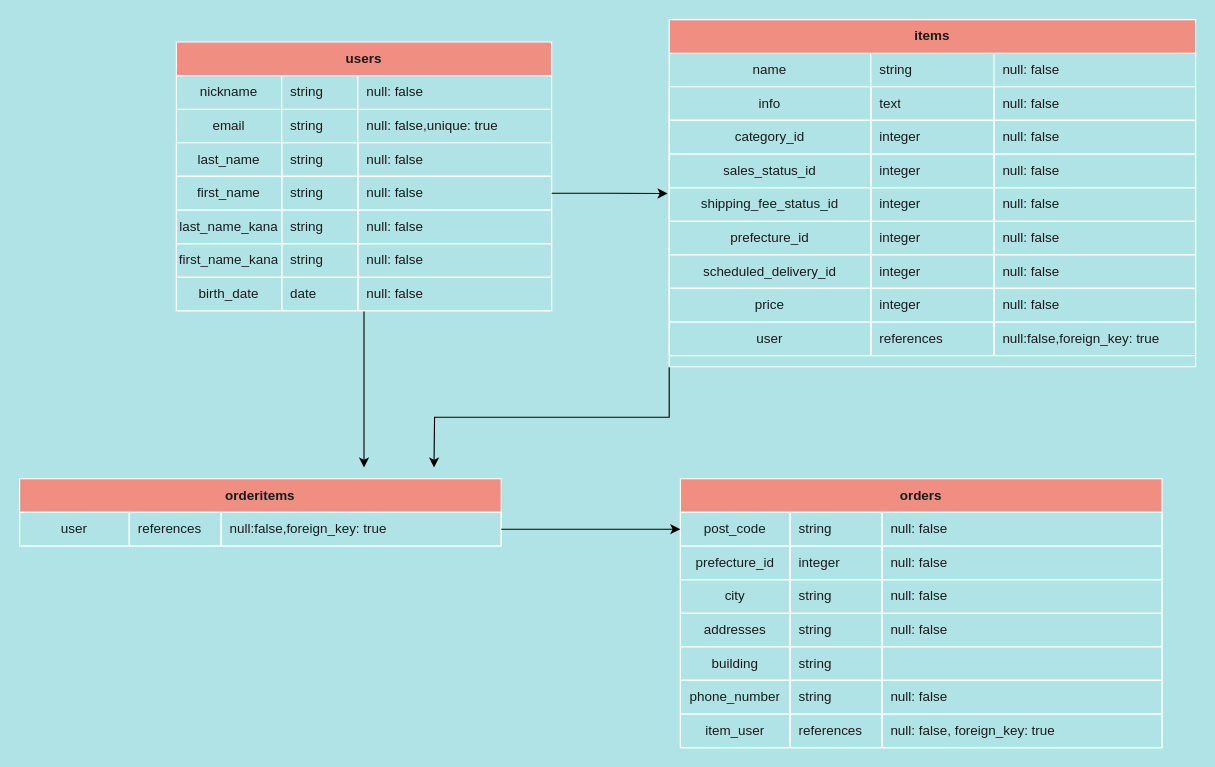
The draw.io diagram er.dio in programmingnuoh/furima-33367, before the edit. Source tidied: cells renumbered, new cells numbered last; positions are measured from the earlier drawing's top-left corner, leaving out a move shared by most shapes. Both pictures are drawn from the tidied source at 112%, with x=0, y=0 at pixel (19, 19).
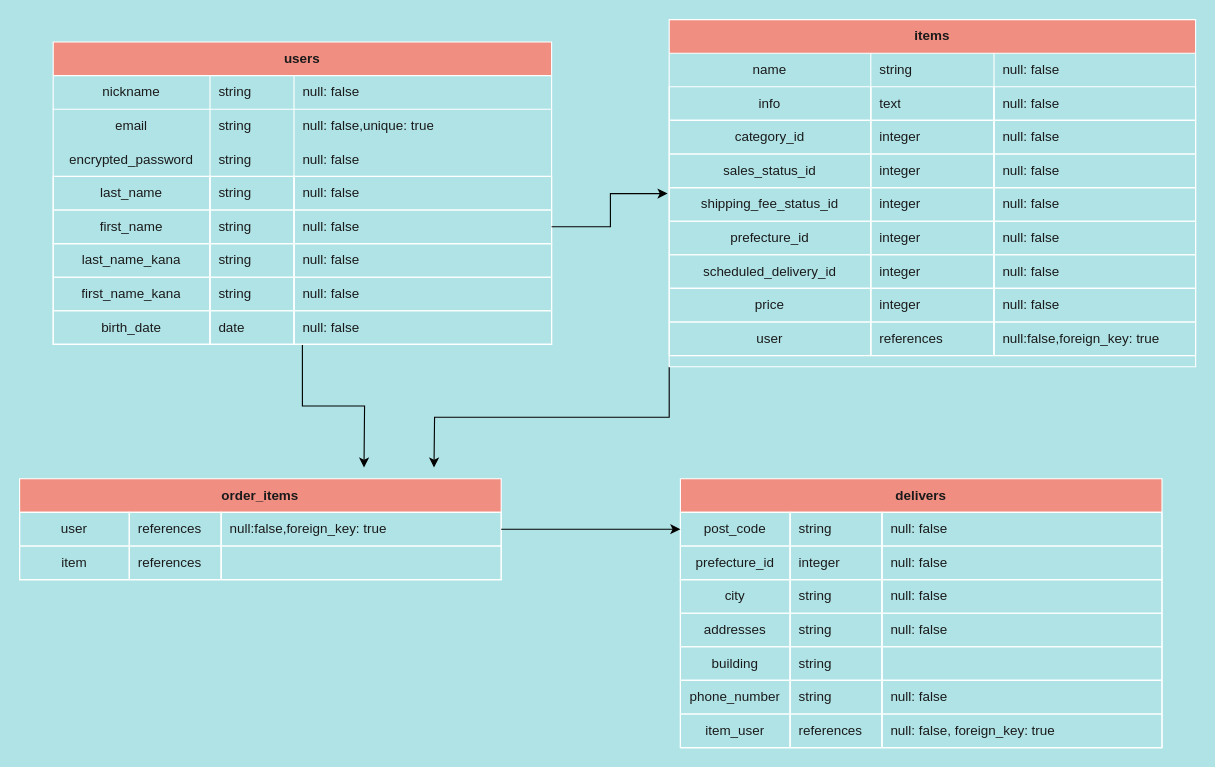
After the change.

Change to the diagram source:
```diff
@@
     <mxCell id="3" value="users" style="shape=table;html=1;whiteSpace=wrap;startSize=30;childLayout=tableLayout;rowLines=0;fontStyle=1;align=center;fillColor=#F08E81;strokeColor=#FFFFFF;fontColor=#1A1A1A;" parent="1" vertex="1">
-      <mxGeometry x="140" y="20" width="335" height="240" as="geometry" />
+      <mxGeometry x="30" y="20" width="445" height="270" as="geometry" />
     </mxCell>
     <mxCell id="4" style="shape=partialRectangle;html=1;whiteSpace=wrap;fillColor=none;top=0;left=0;bottom=1;right=0;strokeColor=#FFFFFF;fontColor=#1A1A1A;" parent="3" vertex="1">
-      <mxGeometry y="30" width="335" height="30" as="geometry" />
+      <mxGeometry y="30" width="445" height="30" as="geometry" />
     </mxCell>
     <mxCell id="5" value="nickname" style="shape=partialRectangle;html=1;whiteSpace=wrap;fillColor=none;top=0;left=0;bottom=0;right=0;overflow=hidden;strokeColor=#FFFFFF;fontColor=#1A1A1A;" parent="4" vertex="1">
-      <mxGeometry width="94" height="30" as="geometry" />
+      <mxGeometry width="140" height="30" as="geometry" />
     </mxCell>
     <mxCell id="6" value="string" style="shape=partialRectangle;html=1;whiteSpace=wrap;fillColor=none;top=0;left=0;bottom=0;right=0;align=left;spacingLeft=6;overflow=hidden;strokeColor=#FFFFFF;fontColor=#1A1A1A;" parent="4" vertex="1">
-      <mxGeometry x="94" width="68" height="30" as="geometry" />
+      <mxGeometry x="140" width="75" height="30" as="geometry" />
     </mxCell>
     <mxCell id="7" value="&lt;span&gt;null: false&lt;/span&gt;" style="shape=partialRectangle;html=1;whiteSpace=wrap;fillColor=none;top=0;left=0;bottom=0;right=0;align=left;spacingLeft=6;overflow=hidden;strokeColor=#FFFFFF;fontColor=#1A1A1A;" parent="4" vertex="1">
-      <mxGeometry x="162" width="173" height="30" as="geometry" />
+      <mxGeometry x="215" width="230" height="30" as="geometry" />
     </mxCell>
     <mxCell id="8" style="shape=partialRectangle;html=1;whiteSpace=wrap;fillColor=none;top=0;left=0;bottom=0;right=0;strokeColor=#FFFFFF;fontColor=#1A1A1A;" parent="3" vertex="1">
-      <mxGeometry y="60" width="335" height="30" as="geometry" />
+      <mxGeometry y="60" width="445" height="30" as="geometry" />
     </mxCell>
     <mxCell id="9" value="email" style="shape=partialRectangle;html=1;whiteSpace=wrap;fillColor=none;top=0;left=0;bottom=0;right=0;overflow=hidden;strokeColor=#FFFFFF;fontColor=#1A1A1A;" parent="8" vertex="1">
-      <mxGeometry width="94" height="30" as="geometry" />
+      <mxGeometry width="140" height="30" as="geometry" />
     </mxCell>
     <mxCell id="10" value="string" style="shape=partialRectangle;html=1;whiteSpace=wrap;fillColor=none;top=0;left=0;bottom=0;right=0;align=left;spacingLeft=6;overflow=hidden;strokeColor=#FFFFFF;fontColor=#1A1A1A;" parent="8" vertex="1">
-      <mxGeometry x="94" width="68" height="30" as="geometry" />
+      <mxGeometry x="140" width="75" height="30" as="geometry" />
     </mxCell>
     <mxCell id="11" value="&lt;span&gt;null: false,unique: true&lt;/span&gt;" style="shape=partialRectangle;html=1;whiteSpace=wrap;fillColor=none;top=0;left=0;bottom=0;right=0;align=left;spacingLeft=6;overflow=hidden;strokeColor=#FFFFFF;fontColor=#1A1A1A;" parent="8" vertex="1">
-      <mxGeometry x="162" width="173" height="30" as="geometry" />
+      <mxGeometry x="215" width="230" height="30" as="geometry" />
     </mxCell>
+    <mxCell id="106" style="shape=partialRectangle;html=1;whiteSpace=wrap;fillColor=none;top=0;left=0;bottom=0;right=0;strokeColor=#FFFFFF;fontColor=#1A1A1A;" parent="3" vertex="1">
+      <mxGeometry y="90" width="445" height="30" as="geometry" />
+    </mxCell>
+    <mxCell id="107" value="encrypted_password" style="shape=partialRectangle;html=1;whiteSpace=wrap;fillColor=none;top=0;left=0;bottom=0;right=0;overflow=hidden;strokeColor=#FFFFFF;fontColor=#1A1A1A;" parent="106" vertex="1">
+      <mxGeometry width="140" height="30" as="geometry" />
+    </mxCell>
+    <mxCell id="108" value="string" style="shape=partialRectangle;html=1;whiteSpace=wrap;fillColor=none;top=0;left=0;bottom=0;right=0;align=left;spacingLeft=6;overflow=hidden;strokeColor=#FFFFFF;fontColor=#1A1A1A;" parent="106" vertex="1">
+      <mxGeometry x="140" width="75" height="30" as="geometry" />
+    </mxCell>
+    <mxCell id="109" value="null: false" style="shape=partialRectangle;html=1;whiteSpace=wrap;fillColor=none;top=0;left=0;bottom=0;right=0;align=left;spacingLeft=6;overflow=hidden;strokeColor=#FFFFFF;fontColor=#1A1A1A;" parent="106" vertex="1">
+      <mxGeometry x="215" width="230" height="30" as="geometry" />
+    </mxCell>
     <mxCell id="12" style="shape=partialRectangle;html=1;whiteSpace=wrap;fillColor=none;top=0;left=0;bottom=0;right=0;strokeColor=#FFFFFF;fontColor=#1A1A1A;" parent="3" vertex="1">
-      <mxGeometry y="90" width="335" height="30" as="geometry" />
+      <mxGeometry y="120" width="445" height="30" as="geometry" />
     </mxCell>
     <mxCell id="13" value="last_name" style="shape=partialRectangle;html=1;whiteSpace=wrap;fillColor=none;top=1;left=1;bottom=1;right=1;overflow=hidden;sketch=0;shadow=0;strokeColor=#FFFFFF;fontColor=#1A1A1A;" parent="12" vertex="1">
-      <mxGeometry width="94" height="30" as="geometry" />
+      <mxGeometry width="140" height="30" as="geometry" />
     </mxCell>
     <mxCell id="14" value="&lt;span&gt;string&lt;/span&gt;" style="shape=partialRectangle;html=1;whiteSpace=wrap;fillColor=none;top=1;left=1;bottom=1;right=1;align=left;spacingLeft=6;overflow=hidden;strokeColor=#FFFFFF;fontColor=#1A1A1A;" parent="12" vertex="1">
-      <mxGeometry x="94" width="68" height="30" as="geometry" />
+      <mxGeometry x="140" width="75" height="30" as="geometry" />
     </mxCell>
     <mxCell id="15" value="&lt;span&gt;null: false&lt;/span&gt;" style="shape=partialRectangle;html=1;whiteSpace=wrap;fillColor=none;top=1;left=1;bottom=1;right=1;align=left;spacingLeft=6;overflow=hidden;strokeColor=#FFFFFF;fontColor=#1A1A1A;" parent="12" vertex="1">
-      <mxGeometry x="162" width="173" height="30" as="geometry" />
+      <mxGeometry x="215" width="230" height="30" as="geometry" />
     </mxCell>
     <mxCell id="16" style="shape=partialRectangle;html=1;whiteSpace=wrap;fillColor=none;top=0;left=0;bottom=0;right=0;points=[[0,0.5],[1,0.5]];portConstraint=eastwest;strokeColor=#FFFFFF;fontColor=#1A1A1A;" parent="3" vertex="1">
-      <mxGeometry y="120" width="335" height="30" as="geometry" />
+      <mxGeometry y="150" width="445" height="30" as="geometry" />
     </mxCell>
     <mxCell id="17" value="first_name" style="shape=partialRectangle;html=1;whiteSpace=wrap;fillColor=none;top=1;left=1;bottom=1;right=1;overflow=hidden;sketch=0;shadow=0;strokeColor=#FFFFFF;fontColor=#1A1A1A;" parent="16" vertex="1">
-      <mxGeometry width="94" height="30" as="geometry" />
+      <mxGeometry width="140" height="30" as="geometry" />
     </mxCell>
     <mxCell id="18" value="&lt;font face=&quot;helvetica&quot;&gt;string&lt;/font&gt;" style="shape=partialRectangle;html=1;whiteSpace=wrap;fillColor=none;top=1;left=1;bottom=1;right=1;align=left;spacingLeft=6;overflow=hidden;strokeColor=#FFFFFF;fontColor=#1A1A1A;" parent="16" vertex="1">
-      <mxGeometry x="94" width="68" height="30" as="geometry" />
+      <mxGeometry x="140" width="75" height="30" as="geometry" />
     </mxCell>
     <mxCell id="19" value="&lt;span&gt;null: false&lt;/span&gt;" style="shape=partialRectangle;html=1;whiteSpace=wrap;fillColor=none;top=1;left=1;bottom=1;right=1;align=left;spacingLeft=6;overflow=hidden;strokeColor=#FFFFFF;fontColor=#1A1A1A;" parent="16" vertex="1">
-      <mxGeometry x="162" width="173" height="30" as="geometry" />
+      <mxGeometry x="215" width="230" height="30" as="geometry" />
     </mxCell>
     <mxCell id="20" style="shape=partialRectangle;html=1;whiteSpace=wrap;fillColor=none;top=0;left=0;bottom=0;right=0;strokeColor=#FFFFFF;fontColor=#1A1A1A;" parent="3" vertex="1">
-      <mxGeometry y="150" width="335" height="30" as="geometry" />
+      <mxGeometry y="180" width="445" height="30" as="geometry" />
     </mxCell>
     <mxCell id="21" value="last_name_kana" style="shape=partialRectangle;html=1;whiteSpace=wrap;fillColor=none;top=1;left=1;bottom=1;right=1;overflow=hidden;sketch=0;shadow=0;strokeColor=#FFFFFF;fontColor=#1A1A1A;" parent="20" vertex="1">
-      <mxGeometry width="94" height="30" as="geometry" />
+      <mxGeometry width="140" height="30" as="geometry" />
     </mxCell>
     <mxCell id="22" value="&lt;span&gt;string&lt;/span&gt;" style="shape=partialRectangle;html=1;whiteSpace=wrap;fillColor=none;top=1;left=1;bottom=1;right=1;align=left;spacingLeft=6;overflow=hidden;strokeColor=#FFFFFF;fontColor=#1A1A1A;" parent="20" vertex="1">
-      <mxGeometry x="94" width="68" height="30" as="geometry" />
+      <mxGeometry x="140" width="75" height="30" as="geometry" />
     </mxCell>
     <mxCell id="23" value="&lt;span&gt;null: false&lt;/span&gt;" style="shape=partialRectangle;html=1;whiteSpace=wrap;fillColor=none;top=1;left=1;bottom=1;right=1;align=left;spacingLeft=6;overflow=hidden;strokeColor=#FFFFFF;fontColor=#1A1A1A;" parent="20" vertex="1">
-      <mxGeometry x="162" width="173" height="30" as="geometry" />
+      <mxGeometry x="215" width="230" height="30" as="geometry" />
     </mxCell>
     <mxCell id="24" style="shape=partialRectangle;html=1;whiteSpace=wrap;fillColor=none;top=0;left=0;bottom=0;right=0;strokeColor=#FFFFFF;fontColor=#1A1A1A;" parent="3" vertex="1">
-      <mxGeometry y="180" width="335" height="30" as="geometry" />
+      <mxGeometry y="210" width="445" height="30" as="geometry" />
     </mxCell>
     <mxCell id="25" value="first_name_kana" style="shape=partialRectangle;html=1;whiteSpace=wrap;fillColor=none;top=1;left=1;bottom=1;right=1;overflow=hidden;sketch=0;shadow=0;strokeColor=#FFFFFF;fontColor=#1A1A1A;" parent="24" vertex="1">
-      <mxGeometry width="94" height="30" as="geometry" />
+      <mxGeometry width="140" height="30" as="geometry" />
     </mxCell>
     <mxCell id="26" value="&lt;span&gt;string&lt;/span&gt;" style="shape=partialRectangle;html=1;whiteSpace=wrap;fillColor=none;top=1;left=1;bottom=1;right=1;align=left;spacingLeft=6;overflow=hidden;strokeColor=#FFFFFF;fontColor=#1A1A1A;" parent="24" vertex="1">
-      <mxGeometry x="94" width="68" height="30" as="geometry" />
+      <mxGeometry x="140" width="75" height="30" as="geometry" />
     </mxCell>
     <mxCell id="27" value="&lt;span&gt;null: false&lt;/span&gt;" style="shape=partialRectangle;html=1;whiteSpace=wrap;fillColor=none;top=1;left=1;bottom=1;right=1;align=left;spacingLeft=6;overflow=hidden;strokeColor=#FFFFFF;fontColor=#1A1A1A;" parent="24" vertex="1">
-      <mxGeometry x="162" width="173" height="30" as="geometry" />
+      <mxGeometry x="215" width="230" height="30" as="geometry" />
     </mxCell>
     <mxCell id="28" style="shape=partialRectangle;html=1;whiteSpace=wrap;fillColor=none;top=0;left=0;bottom=0;right=0;strokeColor=#FFFFFF;fontColor=#1A1A1A;" parent="3" vertex="1">
-      <mxGeometry y="210" width="335" height="30" as="geometry" />
+      <mxGeometry y="240" width="445" height="30" as="geometry" />
     </mxCell>
     <mxCell id="29" value="birth_date" style="shape=partialRectangle;html=1;whiteSpace=wrap;fillColor=none;top=1;left=1;bottom=1;right=1;overflow=hidden;sketch=0;shadow=0;strokeColor=#FFFFFF;fontColor=#1A1A1A;" parent="28" vertex="1">
-      <mxGeometry width="94" height="30" as="geometry" />
+      <mxGeometry width="140" height="30" as="geometry" />
     </mxCell>
     <mxCell id="30" value="&lt;span&gt;date&lt;/span&gt;" style="shape=partialRectangle;html=1;whiteSpace=wrap;fillColor=none;top=1;left=1;bottom=1;right=1;align=left;spacingLeft=6;overflow=hidden;strokeColor=#FFFFFF;fontColor=#1A1A1A;" parent="28" vertex="1">
-      <mxGeometry x="94" width="68" height="30" as="geometry" />
+      <mxGeometry x="140" width="75" height="30" as="geometry" />
     </mxCell>
     <mxCell id="31" value="&lt;span&gt;null: false&lt;/span&gt;" style="shape=partialRectangle;html=1;whiteSpace=wrap;fillColor=none;top=1;left=1;bottom=1;right=1;align=left;spacingLeft=6;overflow=hidden;strokeColor=#FFFFFF;fontColor=#1A1A1A;" parent="28" vertex="1">
-      <mxGeometry x="162" width="173" height="30" as="geometry" />
+      <mxGeometry x="215" width="230" height="30" as="geometry" />
     </mxCell>
@@
-    <mxCell id="70" value="orderitems" style="shape=table;html=1;whiteSpace=wrap;startSize=30;childLayout=tableLayout;rowLines=0;fontStyle=1;align=center;fillColor=#F08E81;strokeColor=#FFFFFF;fontColor=#1A1A1A;" parent="1" vertex="1">
-      <mxGeometry y="410" width="430" height="60" as="geometry" />
+    <mxCell id="70" value="order_items" style="shape=table;html=1;whiteSpace=wrap;startSize=30;childLayout=tableLayout;rowLines=0;fontStyle=1;align=center;fillColor=#F08E81;strokeColor=#FFFFFF;fontColor=#1A1A1A;" parent="1" vertex="1">
+      <mxGeometry y="410" width="430" height="90" as="geometry" />
     </mxCell>
@@
+    <mxCell id="110" style="shape=partialRectangle;html=1;whiteSpace=wrap;fillColor=none;top=0;left=0;bottom=0;right=0;strokeColor=#FFFFFF;fontColor=#1A1A1A;" parent="70" vertex="1">
+      <mxGeometry y="60" width="430" height="30" as="geometry" />
+    </mxCell>
+    <mxCell id="111" value="item" style="shape=partialRectangle;html=1;whiteSpace=wrap;fillColor=none;top=1;left=1;bottom=1;right=1;overflow=hidden;sketch=0;shadow=0;strokeColor=#FFFFFF;fontColor=#1A1A1A;" parent="110" vertex="1">
+      <mxGeometry width="98" height="30" as="geometry" />
+    </mxCell>
+    <mxCell id="112" value="references" style="shape=partialRectangle;html=1;whiteSpace=wrap;fillColor=none;top=1;left=1;bottom=1;right=1;align=left;spacingLeft=6;overflow=hidden;strokeColor=#FFFFFF;fontColor=#1A1A1A;" parent="110" vertex="1">
+      <mxGeometry x="98" width="82" height="30" as="geometry" />
+    </mxCell>
+    <mxCell id="113" style="shape=partialRectangle;html=1;whiteSpace=wrap;fillColor=none;top=1;left=1;bottom=1;right=1;align=left;spacingLeft=6;overflow=hidden;strokeColor=#FFFFFF;fontColor=#1A1A1A;" parent="110" vertex="1">
+      <mxGeometry x="180" width="250" height="30" as="geometry" />
+    </mxCell>
-    <mxCell id="75" value="orders" style="shape=table;html=1;whiteSpace=wrap;startSize=30;childLayout=tableLayout;rowLines=0;fontStyle=1;align=center;fillColor=#F08E81;strokeColor=#FFFFFF;fontColor=#1A1A1A;" parent="1" vertex="1">
+    <mxCell id="75" value="delivers" style="shape=table;html=1;whiteSpace=wrap;startSize=30;childLayout=tableLayout;rowLines=0;fontStyle=1;align=center;fillColor=#F08E81;strokeColor=#FFFFFF;fontColor=#1A1A1A;" parent="1" vertex="1">
       <mxGeometry x="590" y="410" width="430" height="240" as="geometry" />
     </mxCell>
```
